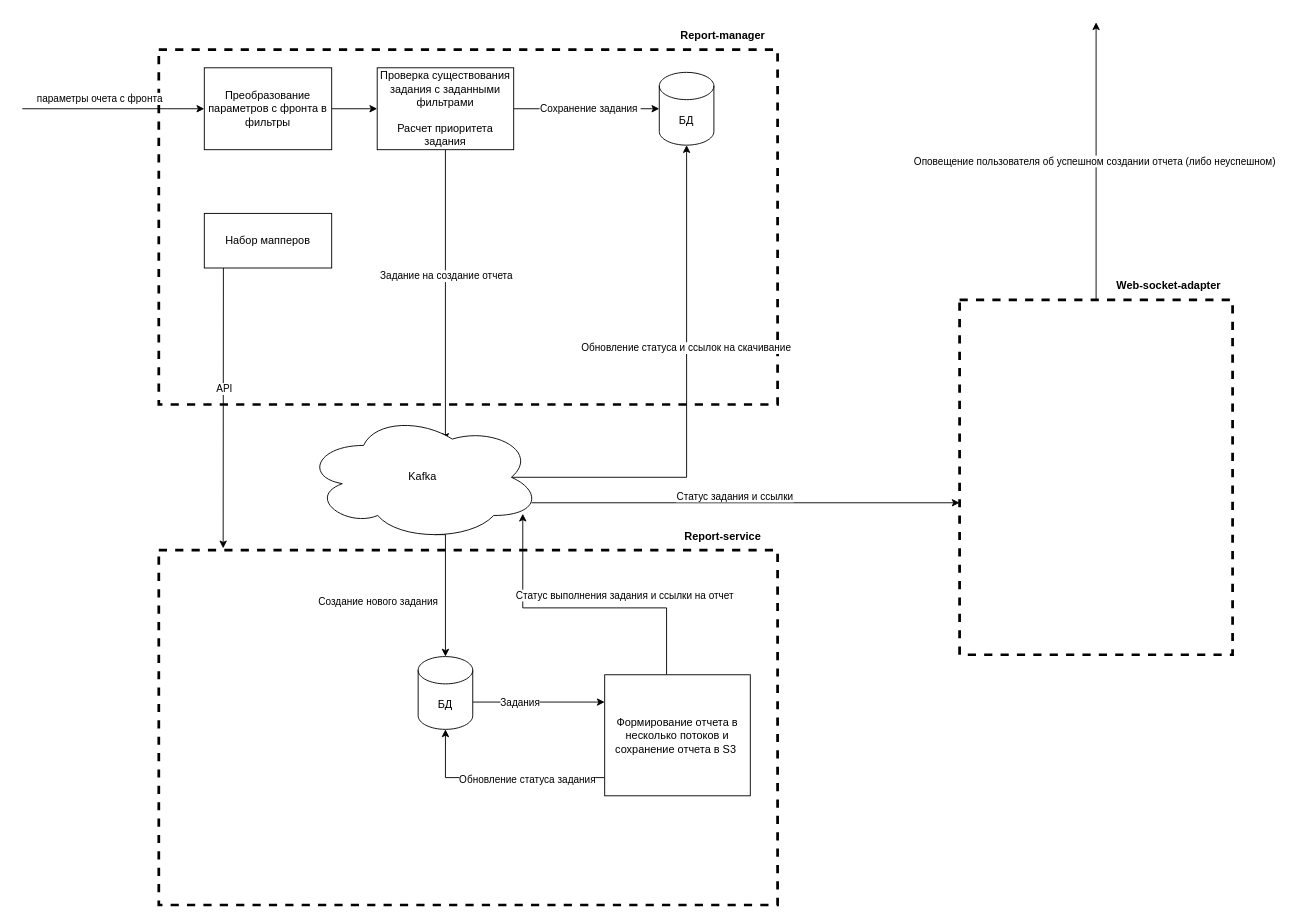
This is diagrams/Untitled Diagram.drawio from vvadegg/x5.fb, a draw.io file, before an edit. Source tidied: cells renumbered, new cells numbered last; positions are measured from the earlier drawing's top-left corner, leaving out a move shared by most shapes. Both pictures are drawn from the tidied source at 91%, with x=0, y=0 at pixel (22, 22).
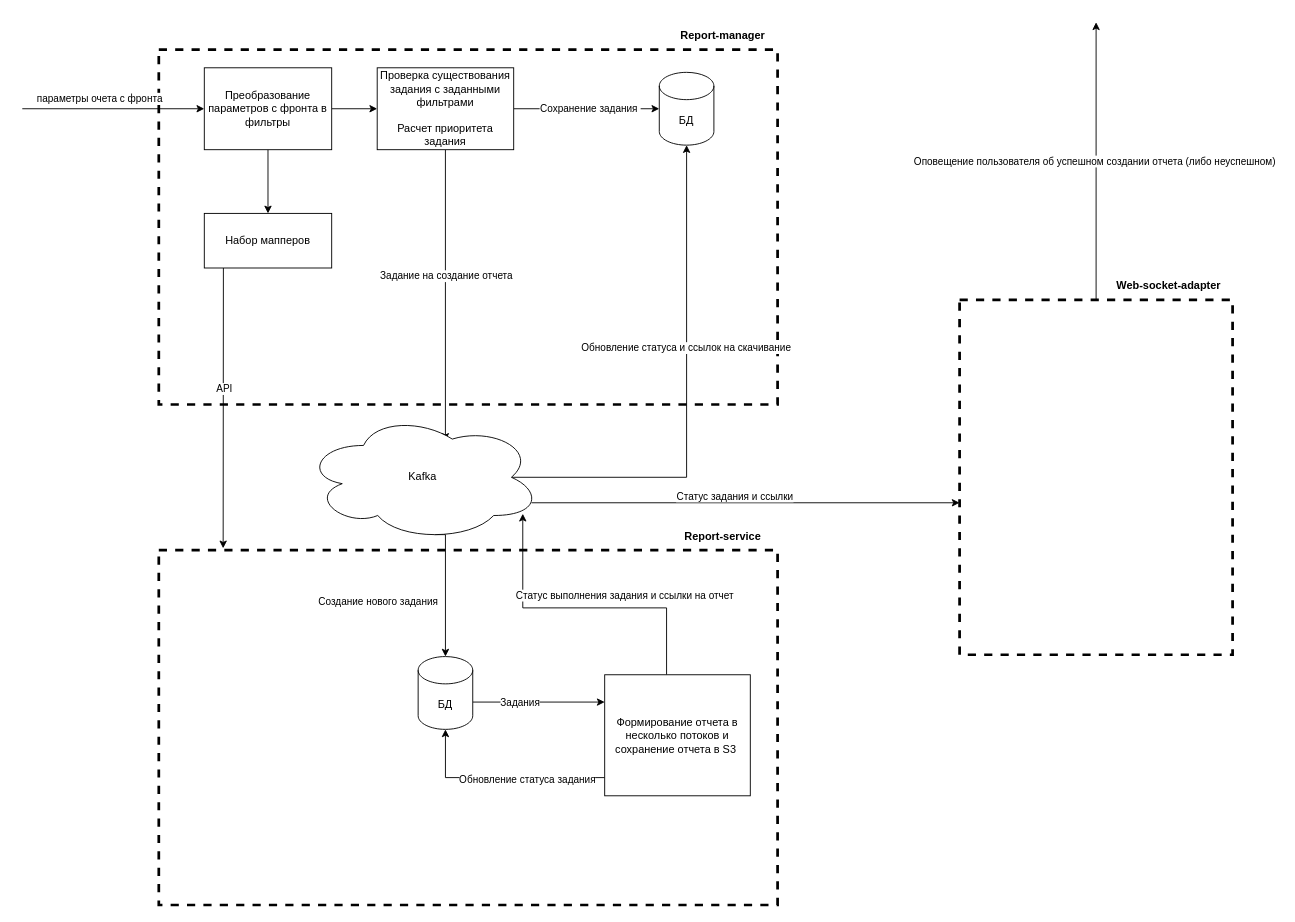
After the change.

Unchanged cells that the change refers to:
```xml
<mxCell id="9" value="Преобразование параметров с фронта в фильтры" style="rounded=0;whiteSpace=wrap;html=1;strokeColor=default;strokeWidth=1;fillColor=default;" parent="1" vertex="1">
  <mxGeometry x="200" y="50" width="140" height="90" as="geometry" />
</mxCell>
<mxCell id="36" value="Набор мапперов" style="rounded=0;whiteSpace=wrap;html=1;" parent="1" vertex="1">
  <mxGeometry x="200" y="210" width="140" height="60" as="geometry" />
</mxCell>
```

What changed in the source:
```diff
@@
+    <mxCell id="37" style="edgeStyle=orthogonalEdgeStyle;rounded=0;jettySize=auto;html=1;" parent="1" edge="1" source="9" target="36">
+      <mxGeometry relative="1" as="geometry" />
+    </mxCell>
```
